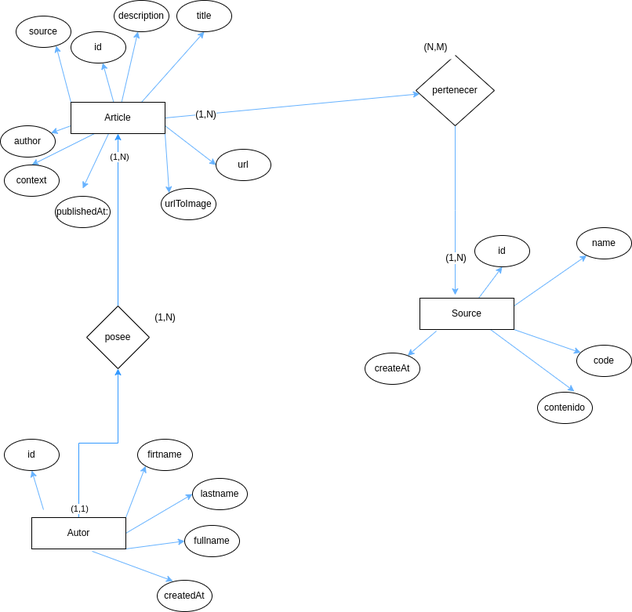
Earlier version of the draw.io export info.png (santy-ramirez/basededatos). Source tidied: cells renumbered, new cells last; positions are measured from the earlier drawing's top-left corner, leaving out a move shared by most shapes.
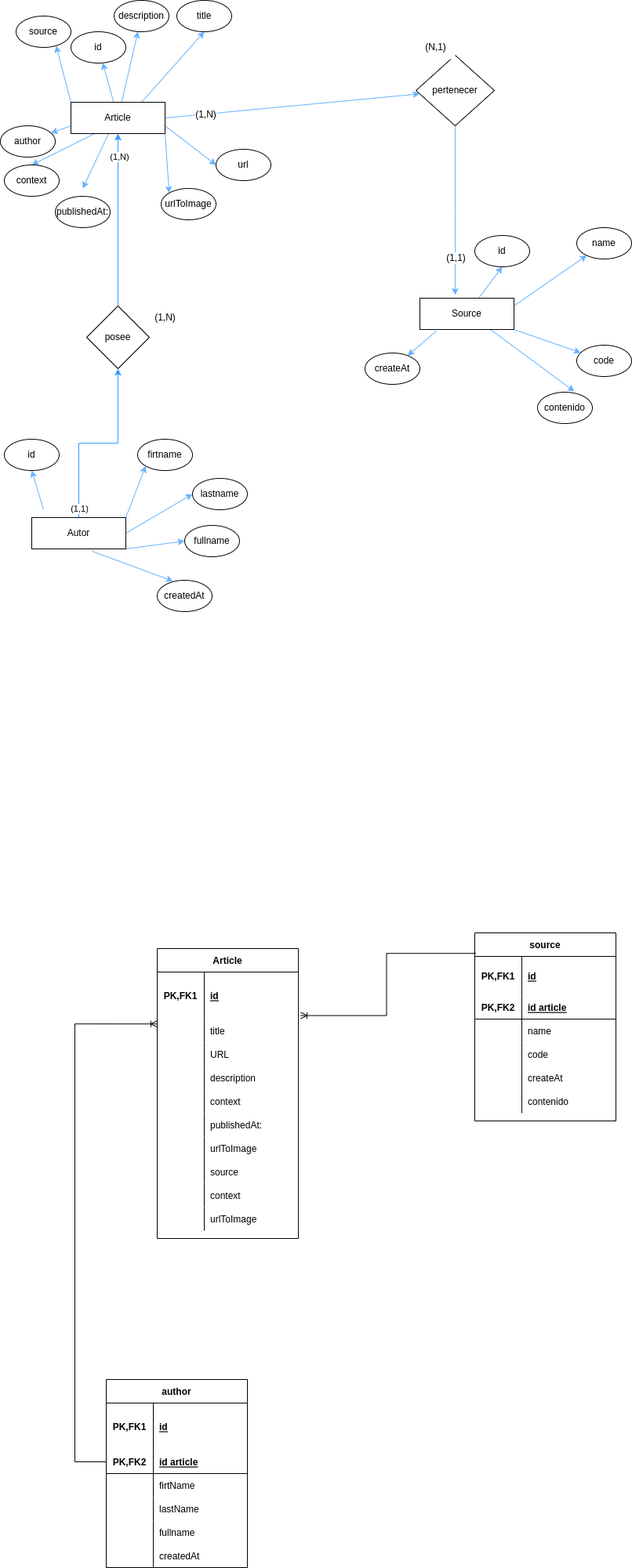
Later version of the same file.

What changed in the source:
```diff
@@ -144,13 +144,13 @@
     <mxCell id="47" style="edgeStyle=elbowEdgeStyle;rounded=0;jettySize=auto;elbow=vertical;html=1;entryX=0.375;entryY=-0.1;entryDx=0;entryDy=0;entryPerimeter=0;fontFamily=Helvetica;fontSize=12;strokeColor=#66B2FF;" parent="1" edge="1" source="49" target="19">
       <mxGeometry relative="1" as="geometry" />
     </mxCell>
-    <mxCell id="48" value="(1,N)" style="edgeLabel;html=1;align=center;verticalAlign=middle;fontSize=12;fontFamily=Helvetica;rounded=0;" parent="47" vertex="1">
+    <mxCell id="48" value="(1,1)" style="edgeLabel;html=1;align=center;verticalAlign=middle;fontSize=12;fontFamily=Helvetica;rounded=0;" parent="47" vertex="1">
       <mxGeometry x="0.56" relative="1" as="geometry" />
     </mxCell>
     <mxCell id="49" value="pertenecer" style="rhombus;whiteSpace=wrap;html=1;rounded=0;glass=0;strokeWidth=1;shadow=0;" parent="1" vertex="1">
       <mxGeometry x="530" y="70" width="100" height="90" as="geometry" />
     </mxCell>
-    <mxCell id="50" value="(N,M)" style="text;html=1;align=center;verticalAlign=middle;strokeColor=none;fillColor=#FFFFFF;fontSize=12;fontFamily=Helvetica;rounded=0;" parent="1" vertex="1">
+    <mxCell id="50" value="(N,1)" style="text;html=1;align=center;verticalAlign=middle;strokeColor=none;fillColor=#FFFFFF;fontSize=12;fontFamily=Helvetica;rounded=0;" parent="1" vertex="1">
       <mxGeometry x="530" y="45" width="50" height="30" as="geometry" />
     </mxCell>
     <mxCell id="51" style="edgeStyle=orthogonalEdgeStyle;rounded=0;jettySize=auto;html=1;exitX=0.5;exitY=0;exitDx=0;exitDy=0;entryX=0.5;entryY=1;entryDx=0;entryDy=0;fillColor=#dae8fc;strokeColor=#3399FF;" parent="1" edge="1" source="53" target="13">
@@ -169,5 +169,241 @@
     <mxCell id="54" value="(1,N)" style="text;html=1;align=center;verticalAlign=middle;strokeColor=none;fillColor=default;" parent="1" vertex="1">
       <mxGeometry x="185" y="390" width="50" height="30" as="geometry" />
     </mxCell>
+    <mxCell id="55" value="Article" style="shape=table;startSize=30;rowLines=0;fontStyle=1;align=center;" parent="1" vertex="1">
+      <mxGeometry x="200" y="1210" width="180" height="370" as="geometry" />
+    </mxCell>
+    <mxCell id="56" style="shape=tableRow;horizontal=0;startSize=0;swimlaneHead=0;swimlaneBody=0;fillColor=none;points=[[0,0.5],[1,0.5]];portConstraint=eastwest;top=0;left=0;right=0;bottom=0;" parent="55" vertex="1">
+      <mxGeometry y="30" width="180" height="60" as="geometry" />
+    </mxCell>
+    <mxCell id="57" value="PK,FK1" style="shape=partialRectangle;fillColor=none;top=0;left=0;bottom=0;right=0;fontStyle=1;overflow=hidden;" parent="56" vertex="1">
+      <mxGeometry width="60" height="60" as="geometry" />
+    </mxCell>
+    <mxCell id="58" value="id" style="shape=partialRectangle;fillColor=none;top=0;left=0;bottom=0;right=0;align=left;spacingLeft=6;fontStyle=5;overflow=hidden;" parent="56" vertex="1">
+      <mxGeometry x="60" width="120" height="60" as="geometry" />
+    </mxCell>
+    <mxCell id="59" style="shape=tableRow;horizontal=0;startSize=0;swimlaneHead=0;swimlaneBody=0;fillColor=none;points=[[0,0.5],[1,0.5]];portConstraint=eastwest;top=0;left=0;right=0;bottom=0;" parent="55" vertex="1">
+      <mxGeometry y="90" width="180" height="30" as="geometry" />
+    </mxCell>
+    <mxCell id="60" style="shape=partialRectangle;fillColor=none;top=0;left=0;bottom=0;right=0;overflow=hidden;" parent="59" vertex="1">
+      <mxGeometry width="60" height="30" as="geometry" />
+    </mxCell>
+    <mxCell id="61" value="title" style="shape=partialRectangle;fillColor=none;top=0;left=0;bottom=0;right=0;align=left;spacingLeft=6;overflow=hidden;" parent="59" vertex="1">
+      <mxGeometry x="60" width="120" height="30" as="geometry" />
+    </mxCell>
+    <mxCell id="62" style="shape=tableRow;horizontal=0;startSize=0;swimlaneHead=0;swimlaneBody=0;fillColor=none;top=0;left=0;right=0;bottom=0;" parent="55" vertex="1">
+      <mxGeometry y="120" width="180" height="30" as="geometry" />
+    </mxCell>
+    <mxCell id="63" style="shape=partialRectangle;fillColor=none;top=0;left=0;bottom=0;right=0;overflow=hidden;" parent="62" vertex="1">
+      <mxGeometry width="60" height="30" as="geometry" />
+    </mxCell>
+    <mxCell id="64" value="URL" style="shape=partialRectangle;fillColor=none;top=0;left=0;bottom=0;right=0;align=left;spacingLeft=6;overflow=hidden;" parent="62" vertex="1">
+      <mxGeometry x="60" width="120" height="30" as="geometry" />
+    </mxCell>
+    <mxCell id="65" style="shape=tableRow;horizontal=0;startSize=0;swimlaneHead=0;swimlaneBody=0;fillColor=none;top=0;left=0;right=0;bottom=0;" parent="55" vertex="1">
+      <mxGeometry y="150" width="180" height="30" as="geometry" />
+    </mxCell>
+    <mxCell id="66" style="shape=partialRectangle;fillColor=none;top=0;left=0;bottom=0;right=0;overflow=hidden;" parent="65" vertex="1">
+      <mxGeometry width="60" height="30" as="geometry" />
+    </mxCell>
+    <mxCell id="67" value="description" style="shape=partialRectangle;fillColor=none;top=0;left=0;bottom=0;right=0;align=left;spacingLeft=6;overflow=hidden;" parent="65" vertex="1">
+      <mxGeometry x="60" width="120" height="30" as="geometry" />
+    </mxCell>
+    <mxCell id="68" style="shape=tableRow;horizontal=0;startSize=0;swimlaneHead=0;swimlaneBody=0;fillColor=none;top=0;left=0;right=0;bottom=0;" parent="55" vertex="1">
+      <mxGeometry y="180" width="180" height="30" as="geometry" />
+    </mxCell>
+    <mxCell id="69" style="shape=partialRectangle;fillColor=none;top=0;left=0;bottom=0;right=0;overflow=hidden;" parent="68" vertex="1">
+      <mxGeometry width="60" height="30" as="geometry" />
+    </mxCell>
+    <mxCell id="70" value="context" style="shape=partialRectangle;fillColor=none;top=0;left=0;bottom=0;right=0;align=left;spacingLeft=6;overflow=hidden;" parent="68" vertex="1">
+      <mxGeometry x="60" width="120" height="30" as="geometry" />
+    </mxCell>
+    <mxCell id="71" style="shape=tableRow;horizontal=0;startSize=0;swimlaneHead=0;swimlaneBody=0;fillColor=none;top=0;left=0;right=0;bottom=0;" parent="55" vertex="1">
+      <mxGeometry y="210" width="180" height="30" as="geometry" />
+    </mxCell>
+    <mxCell id="72" style="shape=partialRectangle;fillColor=none;top=0;left=0;bottom=0;right=0;overflow=hidden;" parent="71" vertex="1">
+      <mxGeometry width="60" height="30" as="geometry" />
+    </mxCell>
+    <mxCell id="73" value="publishedAt:" style="shape=partialRectangle;fillColor=none;top=0;left=0;bottom=0;right=0;align=left;spacingLeft=6;overflow=hidden;" parent="71" vertex="1">
+      <mxGeometry x="60" width="120" height="30" as="geometry" />
+    </mxCell>
+    <mxCell id="74" style="shape=tableRow;horizontal=0;startSize=0;swimlaneHead=0;swimlaneBody=0;fillColor=none;top=0;left=0;right=0;bottom=0;" parent="55" vertex="1">
+      <mxGeometry y="240" width="180" height="30" as="geometry" />
+    </mxCell>
+    <mxCell id="75" style="shape=partialRectangle;fillColor=none;top=0;left=0;bottom=0;right=0;overflow=hidden;" parent="74" vertex="1">
+      <mxGeometry width="60" height="30" as="geometry" />
+    </mxCell>
+    <mxCell id="76" value="urlToImage" style="shape=partialRectangle;fillColor=none;top=0;left=0;bottom=0;right=0;align=left;spacingLeft=6;overflow=hidden;" parent="74" vertex="1">
+      <mxGeometry x="60" width="120" height="30" as="geometry" />
+    </mxCell>
+    <mxCell id="77" style="shape=tableRow;horizontal=0;startSize=0;swimlaneHead=0;swimlaneBody=0;fillColor=none;top=0;left=0;right=0;bottom=0;" parent="55" vertex="1">
+      <mxGeometry y="270" width="180" height="30" as="geometry" />
+    </mxCell>
+    <mxCell id="78" style="shape=partialRectangle;fillColor=none;top=0;left=0;bottom=0;right=0;overflow=hidden;" parent="77" vertex="1">
+      <mxGeometry width="60" height="30" as="geometry" />
+    </mxCell>
+    <mxCell id="79" value="source" style="shape=partialRectangle;fillColor=none;top=0;left=0;bottom=0;right=0;align=left;spacingLeft=6;overflow=hidden;" parent="77" vertex="1">
+      <mxGeometry x="60" width="120" height="30" as="geometry" />
+    </mxCell>
+    <mxCell id="80" style="shape=tableRow;horizontal=0;startSize=0;swimlaneHead=0;swimlaneBody=0;fillColor=none;top=0;left=0;right=0;bottom=0;" parent="55" vertex="1">
+      <mxGeometry y="300" width="180" height="30" as="geometry" />
+    </mxCell>
+    <mxCell id="81" style="shape=partialRectangle;fillColor=none;top=0;left=0;bottom=0;right=0;overflow=hidden;" parent="80" vertex="1">
+      <mxGeometry width="60" height="30" as="geometry" />
+    </mxCell>
+    <mxCell id="82" value="context" style="shape=partialRectangle;fillColor=none;top=0;left=0;bottom=0;right=0;align=left;spacingLeft=6;overflow=hidden;" parent="80" vertex="1">
+      <mxGeometry x="60" width="120" height="30" as="geometry" />
+    </mxCell>
+    <mxCell id="83" style="shape=tableRow;horizontal=0;startSize=0;swimlaneHead=0;swimlaneBody=0;fillColor=none;top=0;left=0;right=0;bottom=0;" parent="55" vertex="1">
+      <mxGeometry y="330" width="180" height="30" as="geometry" />
+    </mxCell>
+    <mxCell id="84" style="shape=partialRectangle;fillColor=none;top=0;left=0;bottom=0;right=0;overflow=hidden;" parent="83" vertex="1">
+      <mxGeometry width="60" height="30" as="geometry" />
+    </mxCell>
+    <mxCell id="85" value="urlToImage" style="shape=partialRectangle;fillColor=none;top=0;left=0;bottom=0;right=0;align=left;spacingLeft=6;overflow=hidden;" parent="83" vertex="1">
+      <mxGeometry x="60" width="120" height="30" as="geometry" />
+    </mxCell>
+    <mxCell id="86" value="source" style="shape=table;startSize=30;rowLines=0;fontStyle=1;align=center;" parent="1" vertex="1">
+      <mxGeometry x="605" y="1190" width="180" height="240" as="geometry" />
+    </mxCell>
+    <mxCell id="87" style="shape=tableRow;horizontal=0;startSize=0;swimlaneHead=0;swimlaneBody=0;fillColor=none;top=0;left=0;right=0;bottom=0;" parent="86" vertex="1">
+      <mxGeometry y="30" width="180" height="50" as="geometry" />
+    </mxCell>
+    <mxCell id="88" value="PK,FK1" style="shape=partialRectangle;fillColor=none;top=0;left=0;bottom=0;right=0;fontStyle=1;overflow=hidden;" parent="87" vertex="1">
+      <mxGeometry width="60" height="50" as="geometry" />
+    </mxCell>
+    <mxCell id="89" value="id" style="shape=partialRectangle;fillColor=none;top=0;left=0;bottom=0;right=0;align=left;spacingLeft=6;fontStyle=5;overflow=hidden;" parent="87" vertex="1">
+      <mxGeometry x="60" width="120" height="50" as="geometry" />
+    </mxCell>
+    <mxCell id="90" style="shape=tableRow;horizontal=0;startSize=0;swimlaneHead=0;swimlaneBody=0;fillColor=none;top=0;left=0;right=0;bottom=1;" parent="86" vertex="1">
+      <mxGeometry y="80" width="180" height="30" as="geometry" />
+    </mxCell>
+    <mxCell id="91" value="PK,FK2" style="shape=partialRectangle;fillColor=none;top=0;left=0;bottom=0;right=0;fontStyle=1;overflow=hidden;" parent="90" vertex="1">
+      <mxGeometry width="60" height="30" as="geometry" />
+    </mxCell>
+    <mxCell id="92" value="id article" style="shape=partialRectangle;fillColor=none;top=0;left=0;bottom=0;right=0;align=left;spacingLeft=6;fontStyle=5;overflow=hidden;" parent="90" vertex="1">
+      <mxGeometry x="60" width="120" height="30" as="geometry" />
+    </mxCell>
+    <mxCell id="93" style="shape=tableRow;horizontal=0;startSize=0;swimlaneHead=0;swimlaneBody=0;fillColor=none;top=0;left=0;right=0;bottom=0;" parent="86" vertex="1">
+      <mxGeometry y="110" width="180" height="30" as="geometry" />
+    </mxCell>
+    <mxCell id="94" style="shape=partialRectangle;fillColor=none;top=0;left=0;bottom=0;right=0;overflow=hidden;" parent="93" vertex="1">
+      <mxGeometry width="60" height="30" as="geometry" />
+    </mxCell>
+    <mxCell id="95" value="name" style="shape=partialRectangle;fillColor=none;top=0;left=0;bottom=0;right=0;align=left;spacingLeft=6;overflow=hidden;" parent="93" vertex="1">
+      <mxGeometry x="60" width="120" height="30" as="geometry" />
+    </mxCell>
+    <mxCell id="96" style="shape=tableRow;horizontal=0;startSize=0;swimlaneHead=0;swimlaneBody=0;fillColor=none;top=0;left=0;right=0;bottom=0;" parent="86" vertex="1">
+      <mxGeometry y="140" width="180" height="30" as="geometry" />
+    </mxCell>
+    <mxCell id="97" style="shape=partialRectangle;fillColor=none;top=0;left=0;bottom=0;right=0;overflow=hidden;" parent="96" vertex="1">
+      <mxGeometry width="60" height="30" as="geometry" />
+    </mxCell>
+    <mxCell id="98" value="code" style="shape=partialRectangle;fillColor=none;top=0;left=0;bottom=0;right=0;align=left;spacingLeft=6;overflow=hidden;" parent="96" vertex="1">
+      <mxGeometry x="60" width="120" height="30" as="geometry" />
+    </mxCell>
+    <mxCell id="99" style="shape=tableRow;horizontal=0;startSize=0;swimlaneHead=0;swimlaneBody=0;fillColor=none;top=0;left=0;right=0;bottom=0;" parent="86" vertex="1">
+      <mxGeometry y="170" width="180" height="30" as="geometry" />
+    </mxCell>
+    <mxCell id="100" style="shape=partialRectangle;fillColor=none;top=0;left=0;bottom=0;right=0;overflow=hidden;" parent="99" vertex="1">
+      <mxGeometry width="60" height="30" as="geometry" />
+    </mxCell>
+    <mxCell id="101" value="createAt" style="shape=partialRectangle;fillColor=none;top=0;left=0;bottom=0;right=0;align=left;spacingLeft=6;overflow=hidden;" parent="99" vertex="1">
+      <mxGeometry x="60" width="120" height="30" as="geometry" />
+    </mxCell>
+    <mxCell id="102" style="shape=tableRow;horizontal=0;startSize=0;swimlaneHead=0;swimlaneBody=0;fillColor=none;top=0;left=0;right=0;bottom=0;" parent="86" vertex="1">
+      <mxGeometry y="200" width="180" height="30" as="geometry" />
+    </mxCell>
+    <mxCell id="103" style="shape=partialRectangle;fillColor=none;top=0;left=0;bottom=0;right=0;overflow=hidden;" parent="102" vertex="1">
+      <mxGeometry width="60" height="30" as="geometry" />
+    </mxCell>
+    <mxCell id="104" value="contenido" style="shape=partialRectangle;fillColor=none;top=0;left=0;bottom=0;right=0;align=left;spacingLeft=6;overflow=hidden;" parent="102" vertex="1">
+      <mxGeometry x="60" width="120" height="30" as="geometry" />
+    </mxCell>
+    <mxCell id="105" value="author" style="shape=table;startSize=30;rowLines=0;fontStyle=1;align=center;" parent="1" vertex="1">
+      <mxGeometry x="135" y="1760" width="180" height="240" as="geometry" />
+    </mxCell>
+    <mxCell id="106" style="shape=tableRow;horizontal=0;startSize=0;swimlaneHead=0;swimlaneBody=0;fillColor=none;top=0;left=0;right=0;bottom=0;" parent="105" vertex="1">
+      <mxGeometry y="30" width="180" height="60" as="geometry" />
+    </mxCell>
+    <mxCell id="107" value="PK,FK1" style="shape=partialRectangle;fillColor=none;top=0;left=0;bottom=0;right=0;fontStyle=1;overflow=hidden;" parent="106" vertex="1">
+      <mxGeometry width="60" height="60" as="geometry" />
+    </mxCell>
+    <mxCell id="108" value="id" style="shape=partialRectangle;fillColor=none;top=0;left=0;bottom=0;right=0;align=left;spacingLeft=6;fontStyle=5;overflow=hidden;" parent="106" vertex="1">
+      <mxGeometry x="60" width="120" height="60" as="geometry" />
+    </mxCell>
+    <mxCell id="109" style="shape=tableRow;horizontal=0;startSize=0;swimlaneHead=0;swimlaneBody=0;fillColor=none;points=[[0,0.5],[1,0.5]];portConstraint=eastwest;top=0;left=0;right=0;bottom=1;" parent="105" vertex="1">
+      <mxGeometry y="90" width="180" height="30" as="geometry" />
+    </mxCell>
+    <mxCell id="110" value="PK,FK2" style="shape=partialRectangle;fillColor=none;top=0;left=0;bottom=0;right=0;fontStyle=1;overflow=hidden;" parent="109" vertex="1">
+      <mxGeometry width="60" height="30" as="geometry" />
+    </mxCell>
+    <mxCell id="111" value="id article" style="shape=partialRectangle;fillColor=none;top=0;left=0;bottom=0;right=0;align=left;spacingLeft=6;fontStyle=5;overflow=hidden;" parent="109" vertex="1">
+      <mxGeometry x="60" width="120" height="30" as="geometry" />
+    </mxCell>
+    <mxCell id="112" style="shape=tableRow;horizontal=0;startSize=0;swimlaneHead=0;swimlaneBody=0;fillColor=none;top=0;left=0;right=0;bottom=0;" parent="105" vertex="1">
+      <mxGeometry y="120" width="180" height="30" as="geometry" />
+    </mxCell>
+    <mxCell id="113" style="shape=partialRectangle;fillColor=none;top=0;left=0;bottom=0;right=0;overflow=hidden;" parent="112" vertex="1">
+      <mxGeometry width="60" height="30" as="geometry" />
+    </mxCell>
+    <mxCell id="114" value="firtName" style="shape=partialRectangle;fillColor=none;top=0;left=0;bottom=0;right=0;align=left;spacingLeft=6;overflow=hidden;" parent="112" vertex="1">
+      <mxGeometry x="60" width="120" height="30" as="geometry" />
+    </mxCell>
+    <mxCell id="115" style="shape=tableRow;horizontal=0;startSize=0;swimlaneHead=0;swimlaneBody=0;fillColor=none;top=0;left=0;right=0;bottom=0;" parent="105" vertex="1">
+      <mxGeometry y="150" width="180" height="30" as="geometry" />
+    </mxCell>
+    <mxCell id="116" style="shape=partialRectangle;fillColor=none;top=0;left=0;bottom=0;right=0;overflow=hidden;" parent="115" vertex="1">
+      <mxGeometry width="60" height="30" as="geometry" />
+    </mxCell>
+    <mxCell id="117" value="lastName" style="shape=partialRectangle;fillColor=none;top=0;left=0;bottom=0;right=0;align=left;spacingLeft=6;overflow=hidden;" parent="115" vertex="1">
+      <mxGeometry x="60" width="120" height="30" as="geometry" />
+    </mxCell>
+    <mxCell id="118" style="shape=tableRow;horizontal=0;startSize=0;swimlaneHead=0;swimlaneBody=0;fillColor=none;top=0;left=0;right=0;bottom=0;" parent="105" vertex="1">
+      <mxGeometry y="180" width="180" height="30" as="geometry" />
+    </mxCell>
+    <mxCell id="119" style="shape=partialRectangle;fillColor=none;top=0;left=0;bottom=0;right=0;overflow=hidden;" parent="118" vertex="1">
+      <mxGeometry width="60" height="30" as="geometry" />
+    </mxCell>
+    <mxCell id="120" value="fullname" style="shape=partialRectangle;fillColor=none;top=0;left=0;bottom=0;right=0;align=left;spacingLeft=6;overflow=hidden;" parent="118" vertex="1">
+      <mxGeometry x="60" width="120" height="30" as="geometry" />
+    </mxCell>
+    <mxCell id="121" style="shape=tableRow;horizontal=0;startSize=0;swimlaneHead=0;swimlaneBody=0;fillColor=none;top=0;left=0;right=0;bottom=0;" parent="105" vertex="1">
+      <mxGeometry y="210" width="180" height="30" as="geometry" />
+    </mxCell>
+    <mxCell id="122" style="shape=partialRectangle;fillColor=none;top=0;left=0;bottom=0;right=0;overflow=hidden;" parent="121" vertex="1">
+      <mxGeometry width="60" height="30" as="geometry" />
+    </mxCell>
+    <mxCell id="123" value="createdAt" style="shape=partialRectangle;fillColor=none;top=0;left=0;bottom=0;right=0;align=left;spacingLeft=6;overflow=hidden;" parent="121" vertex="1">
+      <mxGeometry x="60" width="120" height="30" as="geometry" />
+    </mxCell>
+    <mxCell id="124" style="edgeStyle=orthogonalEdgeStyle;fontSize=12;html=1;endArrow=ERoneToMany;rounded=0;entryX=1.017;entryY=0.925;entryDx=0;entryDy=0;entryPerimeter=0;exitX=0.008;exitY=0.109;exitDx=0;exitDy=0;exitPerimeter=0;" parent="1" edge="1" source="86" target="56">
+      <mxGeometry relative="1" as="geometry" />
+    </mxCell>
+    <mxCell id="125" style="fontSize=12;html=1;endArrow=ERoneToMany;rounded=0;exitX=0;exitY=0.5;exitDx=0;exitDy=0;entryX=-0.001;entryY=0.208;entryDx=0;entryDy=0;entryPerimeter=0;edgeStyle=orthogonalEdgeStyle;" parent="1" edge="1" source="109" target="59">
+      <mxGeometry relative="1" as="geometry">
+        <Array as="points">
+          <mxPoint x="95" y="1865" />
+          <mxPoint x="95" y="1306" />
+        </Array>
+      </mxGeometry>
+    </mxCell>
+    <mxCell id="126" style="shape=tableRow;horizontal=0;startSize=0;swimlaneHead=0;swimlaneBody=0;fillColor=none;top=0;left=0;right=0;bottom=0;" parent="1" vertex="1">
+      <mxGeometry x="155" y="1420" width="180" height="30" as="geometry" />
+    </mxCell>
+    <mxCell id="127" style="shape=partialRectangle;fillColor=none;top=0;left=0;bottom=0;right=0;overflow=hidden;" parent="126" vertex="1">
+      <mxGeometry width="60" height="30" as="geometry" />
+    </mxCell>
+    <mxCell id="128" style="shape=tableRow;horizontal=0;startSize=0;swimlaneHead=0;swimlaneBody=0;fillColor=none;top=0;left=0;right=0;bottom=0;" parent="1" vertex="1">
+      <mxGeometry x="155" y="1420" width="180" height="30" as="geometry" />
+    </mxCell>
+    <mxCell id="129" style="shape=partialRectangle;fillColor=none;top=0;left=0;bottom=0;right=0;overflow=hidden;" parent="128" vertex="1">
+      <mxGeometry width="60" height="30" as="geometry" />
+    </mxCell>
+    <mxCell id="130" style="shape=tableRow;horizontal=0;startSize=0;swimlaneHead=0;swimlaneBody=0;fillColor=none;top=0;left=0;right=0;bottom=0;" parent="1" vertex="1">
+      <mxGeometry x="155" y="1420" width="180" height="30" as="geometry" />
+    </mxCell>
+    <mxCell id="131" style="shape=partialRectangle;fillColor=none;top=0;left=0;bottom=0;right=0;overflow=hidden;" parent="130" vertex="1">
+      <mxGeometry width="60" height="30" as="geometry" />
+    </mxCell>
   </root>
 </mxGraphModel>
```
